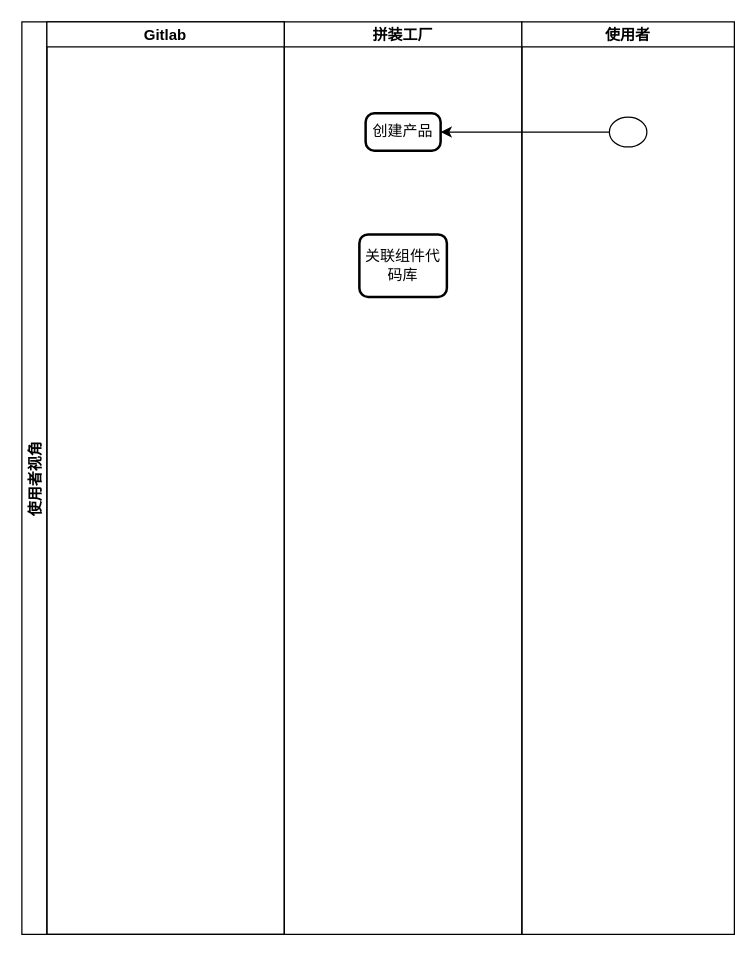
Earlier version of the draw.io diagram page "第 9 页" (9 of 9) of assembly-factory.drawio (kwhitestone/drawio). Source tidied: cells renumbered, new cells numbered last; positions are measured from the earlier drawing's top-left corner, leaving out a move shared by most shapes. Both pictures are drawn from the tidied source at 125%, with x=0, y=0 at pixel (21, 21).
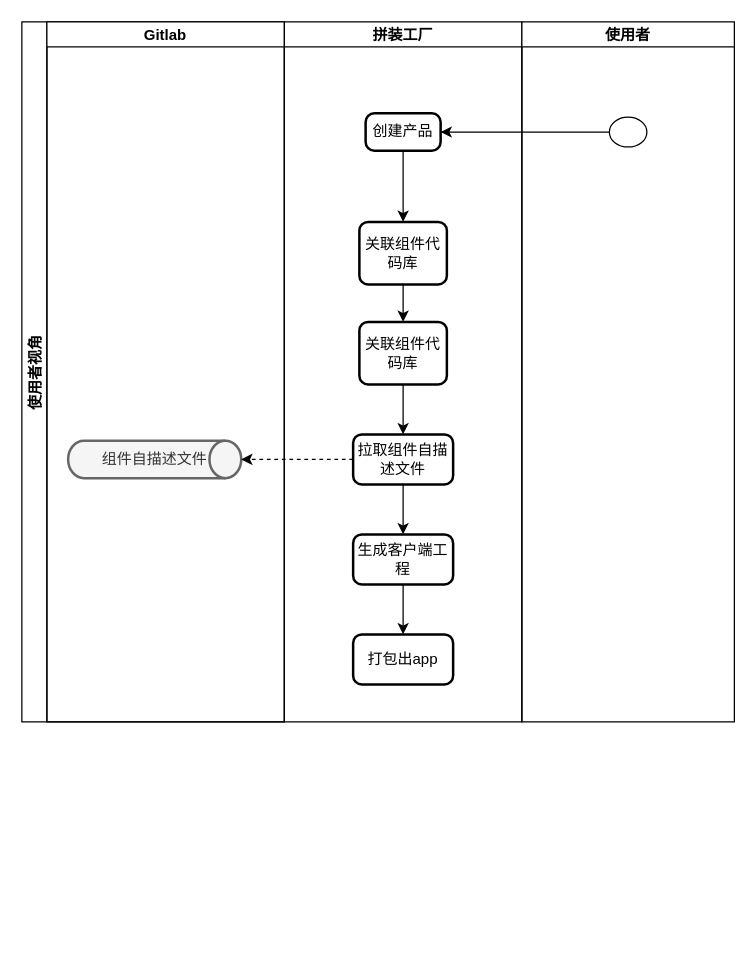
The same diagram, later.

The change refers to these unchanged cells:
```xml
<mxCell id="5" value="创建产品" style="rounded=1;whiteSpace=wrap;html=1;absoluteArcSize=1;arcSize=14;strokeWidth=2;" parent="4" vertex="1">
  <mxGeometry x="65" y="73.1" width="60" height="30" as="geometry" />
</mxCell>
```

Change to the diagram source:
```diff
@@
     <mxCell id="2" value="使用者视角" style="swimlane;startSize=20;horizontal=0;" parent="1" vertex="1">
-      <mxGeometry width="210" height="730" as="geometry" />
+      <mxGeometry width="210" height="560" as="geometry" />
     </mxCell>
     <mxCell id="3" value="Gitlab" style="swimlane;startSize=20;" parent="2" vertex="1">
-      <mxGeometry x="20" width="190" height="730" as="geometry" />
+      <mxGeometry x="20" width="190" height="560" as="geometry" />
     </mxCell>
+    <mxCell id="10" value="组件自描述文件" style="strokeWidth=2;html=1;shape=mxgraph.flowchart.direct_data;whiteSpace=wrap;fillColor=#f5f5f5;fontColor=#333333;strokeColor=#666666;" parent="3" vertex="1">
+      <mxGeometry x="17" y="335" width="138.5" height="30" as="geometry" />
+    </mxCell>
     <mxCell id="4" value="拼装工厂" style="swimlane;startSize=20;" parent="1" vertex="1">
-      <mxGeometry x="210" width="190" height="730" as="geometry" />
+      <mxGeometry x="210" width="190" height="560" as="geometry" />
     </mxCell>
+    <mxCell id="11" style="edgeStyle=orthogonalEdgeStyle;rounded=0;jettySize=auto;html=1;entryX=0.5;entryY=0;entryDx=0;entryDy=0;" parent="4" edge="1" source="5" target="6">
+      <mxGeometry relative="1" as="geometry" />
+    </mxCell>
@@
+    <mxCell id="12" style="edgeStyle=orthogonalEdgeStyle;rounded=0;jettySize=auto;html=1;entryX=0.5;entryY=0;entryDx=0;entryDy=0;" parent="4" edge="1" source="6" target="14">
+      <mxGeometry relative="1" as="geometry" />
+    </mxCell>
     <mxCell id="6" value="关联组件代码库" style="rounded=1;whiteSpace=wrap;html=1;absoluteArcSize=1;arcSize=14;strokeWidth=2;" parent="4" vertex="1">
-      <mxGeometry x="60" y="170" width="70" height="50" as="geometry" />
+      <mxGeometry x="60" y="160" width="70" height="50" as="geometry" />
     </mxCell>
+    <mxCell id="13" style="edgeStyle=orthogonalEdgeStyle;rounded=0;jettySize=auto;html=1;" parent="4" edge="1" source="14" target="16">
+      <mxGeometry relative="1" as="geometry" />
+    </mxCell>
+    <mxCell id="14" value="关联组件代码库" style="rounded=1;whiteSpace=wrap;html=1;absoluteArcSize=1;arcSize=14;strokeWidth=2;" parent="4" vertex="1">
+      <mxGeometry x="60" y="240" width="70" height="50" as="geometry" />
+    </mxCell>
+    <mxCell id="15" style="edgeStyle=orthogonalEdgeStyle;rounded=0;jettySize=auto;html=1;" parent="4" edge="1" source="16" target="18">
+      <mxGeometry relative="1" as="geometry" />
+    </mxCell>
+    <mxCell id="16" value="拉取组件自描述文件" style="rounded=1;whiteSpace=wrap;html=1;absoluteArcSize=1;arcSize=14;strokeWidth=2;" parent="4" vertex="1">
+      <mxGeometry x="55" y="330" width="80" height="40" as="geometry" />
+    </mxCell>
+    <mxCell id="17" style="edgeStyle=orthogonalEdgeStyle;rounded=0;jettySize=auto;html=1;entryX=0.5;entryY=0;entryDx=0;entryDy=0;" parent="4" edge="1" source="18" target="19">
+      <mxGeometry relative="1" as="geometry" />
+    </mxCell>
+    <mxCell id="18" value="生成客户端工程" style="rounded=1;whiteSpace=wrap;html=1;absoluteArcSize=1;arcSize=14;strokeWidth=2;" parent="4" vertex="1">
+      <mxGeometry x="55" y="410" width="80" height="40" as="geometry" />
+    </mxCell>
+    <mxCell id="19" value="打包出app" style="rounded=1;whiteSpace=wrap;html=1;absoluteArcSize=1;arcSize=14;strokeWidth=2;" parent="4" vertex="1">
+      <mxGeometry x="55" y="490" width="80" height="40" as="geometry" />
+    </mxCell>
     <mxCell id="7" value="使用者" style="swimlane;startSize=20;" parent="1" vertex="1">
-      <mxGeometry x="400" width="170" height="730" as="geometry" />
+      <mxGeometry x="400" width="170" height="560" as="geometry" />
     </mxCell>
@@
+    <mxCell id="20" style="edgeStyle=orthogonalEdgeStyle;rounded=0;jettySize=auto;html=1;dashed=1;" parent="1" edge="1" source="16" target="10">
+      <mxGeometry relative="1" as="geometry" />
+    </mxCell>
```
